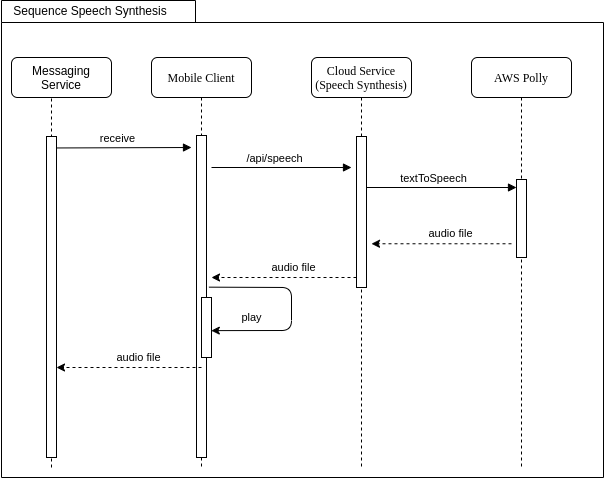
The draw.io diagram src/graphics/diagramms/Sequence_Speech_Synth_V01.png in jsvilling/IP6_Bachelorarbeit_Bericht_Cloudbasiertes_Praxisrufsystem, before a commit. Source tidied: cells renumbered, new cells last; positions are measured from the earlier drawing's top-left corner, leaving out a move shared by most shapes. Source of this version:
```xml
<mxGraphModel>
  <root>
    <mxCell id="0" />
    <mxCell id="1" parent="0" />
    <mxCell id="2" style="shape=folder;fontStyle=1;spacingTop=10;tabWidth=194;tabHeight=22;tabPosition=left;html=1;rounded=0;shadow=0;comic=0;labelBackgroundColor=none;strokeWidth=1;fillColor=none;fontFamily=Verdana;fontSize=10;align=center;" parent="1" vertex="1">
      <mxGeometry x="1" width="602" height="477" as="geometry" />
    </mxCell>
    <mxCell id="3" value="Mobile Client" style="shape=umlLifeline;perimeter=lifelinePerimeter;whiteSpace=wrap;html=1;rounded=1;shadow=0;comic=0;labelBackgroundColor=none;strokeWidth=1;fontFamily=Verdana;fontSize=12;align=center;" parent="1" vertex="1">
      <mxGeometry x="151" y="57" width="100" height="410" as="geometry" />
    </mxCell>
    <mxCell id="4" style="html=1;points=[];perimeter=orthogonalPerimeter;rounded=0;shadow=0;comic=0;labelBackgroundColor=none;strokeWidth=1;fontFamily=Verdana;fontSize=12;align=center;" parent="3" vertex="1">
      <mxGeometry x="45" y="78" width="10" height="322" as="geometry" />
    </mxCell>
    <mxCell id="5" value="Cloud Service&lt;br&gt;(Speech Synthesis)" style="shape=umlLifeline;perimeter=lifelinePerimeter;whiteSpace=wrap;html=1;rounded=1;shadow=0;comic=0;labelBackgroundColor=none;strokeWidth=1;fontFamily=Verdana;fontSize=12;align=center;" parent="1" vertex="1">
      <mxGeometry x="311" y="57" width="100" height="410" as="geometry" />
    </mxCell>
    <mxCell id="6" value="AWS Polly" style="shape=umlLifeline;perimeter=lifelinePerimeter;whiteSpace=wrap;html=1;rounded=1;shadow=0;comic=0;labelBackgroundColor=none;strokeWidth=1;fontFamily=Verdana;fontSize=12;align=center;" parent="1" vertex="1">
      <mxGeometry x="471" y="57" width="100" height="410" as="geometry" />
    </mxCell>
    <mxCell id="7" style="html=1;perimeter=orthogonalPerimeter;rounded=0;shadow=0;comic=0;labelBackgroundColor=none;strokeWidth=1;fontFamily=Verdana;fontSize=12;align=center;" parent="6" vertex="1">
      <mxGeometry x="45" y="122" width="10" height="78" as="geometry" />
    </mxCell>
    <mxCell id="8" value="receive" style="html=1;verticalAlign=bottom;endArrow=block;exitX=1.034;exitY=0.016;exitDx=0;exitDy=0;exitPerimeter=0;" parent="1" edge="1">
      <mxGeometry x="-0.1" relative="1" as="geometry">
        <mxPoint x="56.3" y="147.5" as="sourcePoint" />
        <mxPoint x="191" y="147" as="targetPoint" />
      </mxGeometry>
    </mxCell>
    <mxCell id="9" style="html=1;perimeter=orthogonalPerimeter;rounded=0;shadow=0;comic=0;labelBackgroundColor=none;strokeWidth=1;fontFamily=Verdana;fontSize=12;align=center;" parent="1" vertex="1">
      <mxGeometry x="356" y="136" width="10" height="151" as="geometry" />
    </mxCell>
    <mxCell id="10" style="endArrow=classic;html=1;dashed=1;" parent="1" edge="1">
      <mxGeometry relative="1" as="geometry">
        <mxPoint x="511" y="243.3" as="sourcePoint" />
        <mxPoint x="371" y="243.3" as="targetPoint" />
      </mxGeometry>
    </mxCell>
    <mxCell id="11" value="audio file" style="edgeLabel;html=1;align=center;verticalAlign=middle;" parent="10" vertex="1">
      <mxGeometry x="-0.11" y="1" relative="1" as="geometry">
        <mxPoint x="1" y="-11" as="offset" />
      </mxGeometry>
    </mxCell>
    <mxCell id="12" value="Sequence Speech Synthesis" style="text;html=1;strokeColor=none;fillColor=none;align=center;verticalAlign=middle;whiteSpace=wrap;rounded=0;" parent="1" vertex="1">
      <mxGeometry width="180" height="20" as="geometry" />
    </mxCell>
    <mxCell id="13" style="endArrow=none;dashed=1;html=1;strokeWidth=1;startArrow=none;entryX=0.4;entryY=0.75;entryDx=0;entryDy=0;entryPerimeter=0;" parent="1" edge="1" target="24">
      <mxGeometry relative="1" as="geometry">
        <mxPoint x="51" y="467" as="sourcePoint" />
      </mxGeometry>
    </mxCell>
    <mxCell id="14" style="html=1;perimeter=orthogonalPerimeter;rounded=0;shadow=0;comic=0;labelBackgroundColor=none;strokeWidth=1;fontFamily=Verdana;fontSize=12;align=center;" parent="1" vertex="1">
      <mxGeometry x="46" y="136" width="10" height="321" as="geometry" />
    </mxCell>
    <mxCell id="15" value="/api/speech" style="html=1;verticalAlign=bottom;endArrow=block;" parent="1" edge="1">
      <mxGeometry x="-0.1" relative="1" as="geometry">
        <mxPoint x="211" y="167" as="sourcePoint" />
        <mxPoint x="351" y="167" as="targetPoint" />
      </mxGeometry>
    </mxCell>
    <mxCell id="16" value="textToSpeech" style="html=1;verticalAlign=bottom;endArrow=block;" parent="1" edge="1">
      <mxGeometry x="-0.1" relative="1" as="geometry">
        <mxPoint x="366" y="187" as="sourcePoint" />
        <mxPoint x="516" y="187" as="targetPoint" />
      </mxGeometry>
    </mxCell>
    <mxCell id="17" style="html=1;points=[];perimeter=orthogonalPerimeter;rounded=0;shadow=0;comic=0;labelBackgroundColor=none;strokeWidth=1;fontFamily=Verdana;fontSize=12;align=center;" parent="1" vertex="1">
      <mxGeometry x="201" y="297" width="10" height="60" as="geometry" />
    </mxCell>
    <mxCell id="18" style="endArrow=classic;html=1;dashed=1;" parent="1" edge="1">
      <mxGeometry relative="1" as="geometry">
        <mxPoint x="356" y="277" as="sourcePoint" />
        <mxPoint x="211" y="277" as="targetPoint" />
      </mxGeometry>
    </mxCell>
    <mxCell id="19" value="audio file" style="edgeLabel;html=1;align=center;verticalAlign=middle;" parent="18" vertex="1">
      <mxGeometry x="-0.11" y="1" relative="1" as="geometry">
        <mxPoint x="1" y="-11" as="offset" />
      </mxGeometry>
    </mxCell>
    <mxCell id="20" style="endArrow=classic;html=1;entryX=0.981;entryY=0.552;entryDx=0;entryDy=0;entryPerimeter=0;exitX=1.243;exitY=0.471;exitDx=0;exitDy=0;exitPerimeter=0;" parent="1" edge="1" source="4" target="17">
      <mxGeometry relative="1" as="geometry">
        <Array as="points">
          <mxPoint x="291" y="287" />
          <mxPoint x="291" y="330" />
        </Array>
      </mxGeometry>
    </mxCell>
    <mxCell id="21" value="play" style="edgeLabel;html=1;align=center;verticalAlign=middle;" parent="1" vertex="1">
      <mxGeometry x="251" y="317" as="geometry" />
    </mxCell>
    <mxCell id="22" style="endArrow=classic;html=1;dashed=1;" parent="1" edge="1">
      <mxGeometry relative="1" as="geometry">
        <mxPoint x="201" y="367" as="sourcePoint" />
        <mxPoint x="56" y="367" as="targetPoint" />
      </mxGeometry>
    </mxCell>
    <mxCell id="23" value="audio file" style="edgeLabel;html=1;align=center;verticalAlign=middle;" parent="22" vertex="1">
      <mxGeometry x="-0.11" y="1" relative="1" as="geometry">
        <mxPoint x="1" y="-11" as="offset" />
      </mxGeometry>
    </mxCell>
    <mxCell id="24" value="Messaging Service" style="rounded=1;whiteSpace=wrap;html=1;" parent="1" vertex="1">
      <mxGeometry x="11" y="57" width="100" height="40" as="geometry" />
    </mxCell>
  </root>
</mxGraphModel>
```
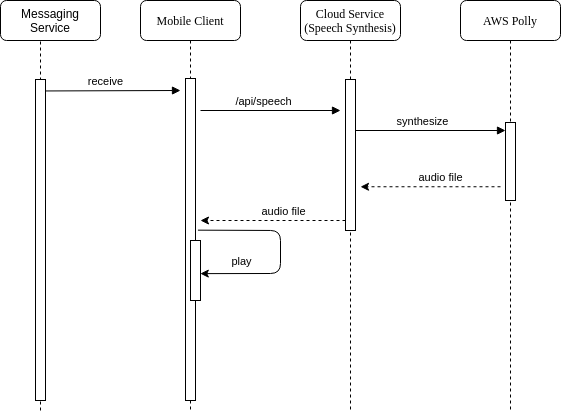
Above is the later version.

What changed in the source:
```diff
@@ -2,9 +2,6 @@
   <root>
     <mxCell id="0" />
     <mxCell id="1" parent="0" />
-    <mxCell id="2" style="shape=folder;fontStyle=1;spacingTop=10;tabWidth=194;tabHeight=22;tabPosition=left;html=1;rounded=0;shadow=0;comic=0;labelBackgroundColor=none;strokeWidth=1;fillColor=none;fontFamily=Verdana;fontSize=10;align=center;" parent="1" vertex="1">
-      <mxGeometry x="1" width="602" height="477" as="geometry" />
-    </mxCell>
     <mxCell id="3" value="Mobile Client" style="shape=umlLifeline;perimeter=lifelinePerimeter;whiteSpace=wrap;html=1;rounded=1;shadow=0;comic=0;labelBackgroundColor=none;strokeWidth=1;fontFamily=Verdana;fontSize=12;align=center;" parent="1" vertex="1">
       <mxGeometry x="151" y="57" width="100" height="410" as="geometry" />
     </mxCell>
@@ -40,9 +37,6 @@
         <mxPoint x="1" y="-11" as="offset" />
       </mxGeometry>
     </mxCell>
-    <mxCell id="12" value="Sequence Speech Synthesis" style="text;html=1;strokeColor=none;fillColor=none;align=center;verticalAlign=middle;whiteSpace=wrap;rounded=0;" parent="1" vertex="1">
-      <mxGeometry width="180" height="20" as="geometry" />
-    </mxCell>
     <mxCell id="13" style="endArrow=none;dashed=1;html=1;strokeWidth=1;startArrow=none;entryX=0.4;entryY=0.75;entryDx=0;entryDy=0;entryPerimeter=0;" parent="1" edge="1" target="24">
       <mxGeometry relative="1" as="geometry">
         <mxPoint x="51" y="467" as="sourcePoint" />
@@ -57,7 +51,7 @@
         <mxPoint x="351" y="167" as="targetPoint" />
       </mxGeometry>
     </mxCell>
-    <mxCell id="16" value="textToSpeech" style="html=1;verticalAlign=bottom;endArrow=block;" parent="1" edge="1">
+    <mxCell id="16" value="synthesize" style="html=1;verticalAlign=bottom;endArrow=block;" parent="1" edge="1">
       <mxGeometry x="-0.1" relative="1" as="geometry">
         <mxPoint x="366" y="187" as="sourcePoint" />
         <mxPoint x="516" y="187" as="targetPoint" />
@@ -88,17 +82,6 @@
     <mxCell id="21" value="play" style="edgeLabel;html=1;align=center;verticalAlign=middle;" parent="1" vertex="1">
       <mxGeometry x="251" y="317" as="geometry" />
     </mxCell>
-    <mxCell id="22" style="endArrow=classic;html=1;dashed=1;" parent="1" edge="1">
-      <mxGeometry relative="1" as="geometry">
-        <mxPoint x="201" y="367" as="sourcePoint" />
-        <mxPoint x="56" y="367" as="targetPoint" />
-      </mxGeometry>
-    </mxCell>
-    <mxCell id="23" value="audio file" style="edgeLabel;html=1;align=center;verticalAlign=middle;" parent="22" vertex="1">
-      <mxGeometry x="-0.11" y="1" relative="1" as="geometry">
-        <mxPoint x="1" y="-11" as="offset" />
-      </mxGeometry>
-    </mxCell>
     <mxCell id="24" value="Messaging Service" style="rounded=1;whiteSpace=wrap;html=1;" parent="1" vertex="1">
       <mxGeometry x="11" y="57" width="100" height="40" as="geometry" />
     </mxCell>
```
